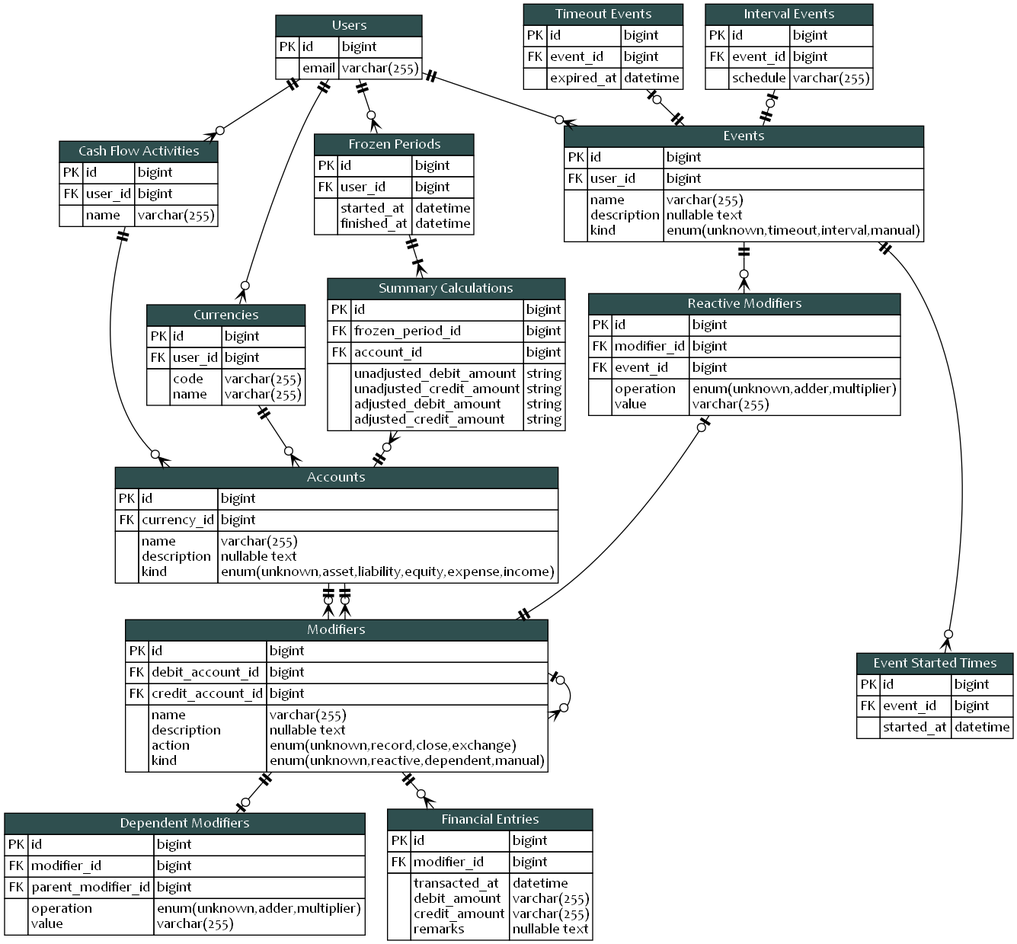
The Graphviz diagram blueprint/erd.png in KennethTrecy/peratorakka_server, before a commit. Its source is kept beside it as blueprint/erd.dot.
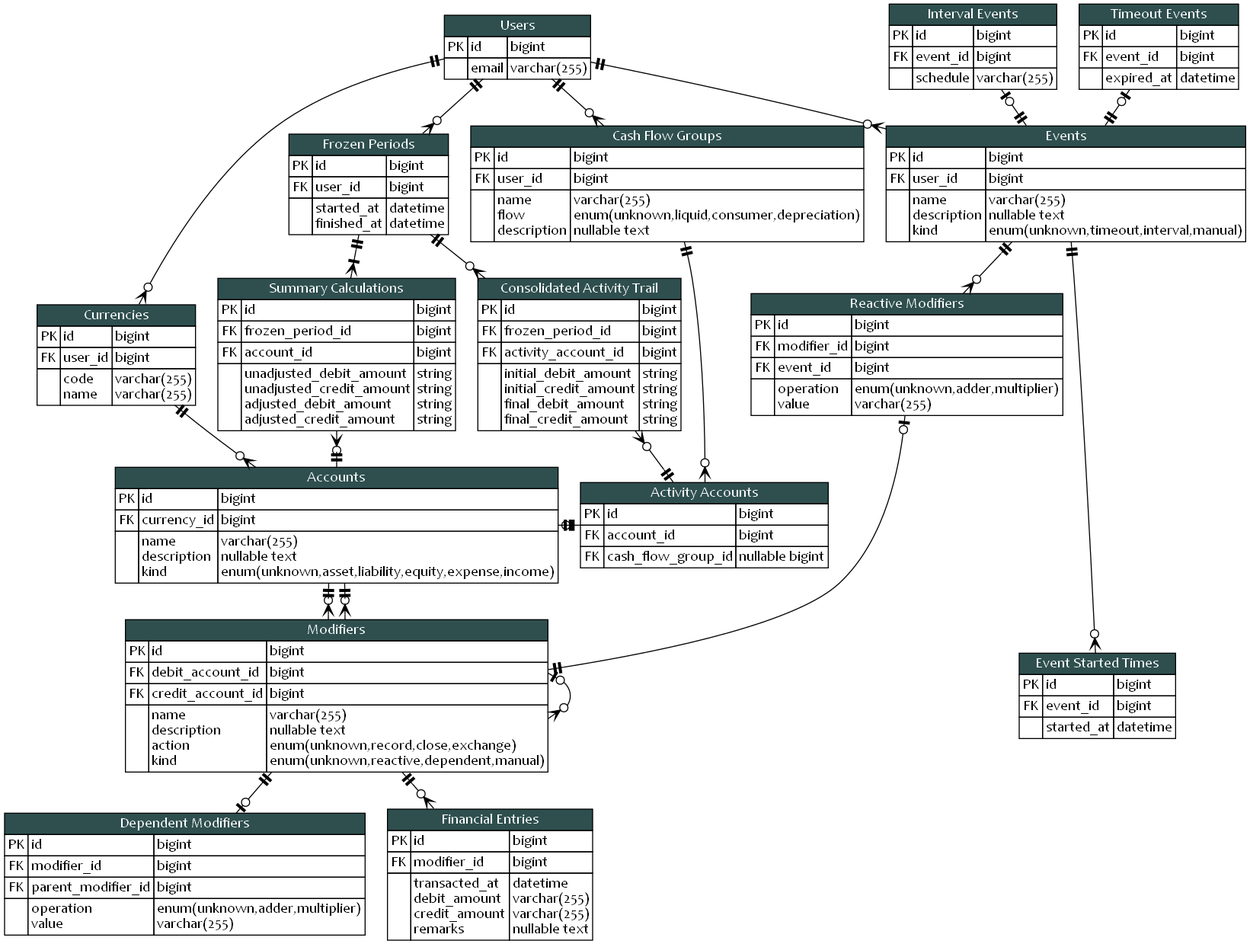
After the change.

Commit message:
docs(blueprint): add cash flow groups

The edit, as a diff of the source:
```diff
@@ -67,13 +67,13 @@
 			</table>
 			>
 		]
-		cash_flow_activities [
+		cash_flow_groups [
 			label = <
 			<table cellspacing="0" border="0" cellborder="1">
 				<tr>
 					<td colspan="3" bgcolor="darkslategray">
 						<font color="white">
-							Cash Flow Activities
+							Cash Flow Groups
 						</font>
 					</td>
 				</tr>
@@ -91,9 +91,13 @@
 					<td></td>
 					<td align="left">
 						name<br align="left"/>
+						flow<br align="left"/>
+						description<br align="left"/>
 					</td>
 					<td align="left">
 						varchar(255)<br align="left"/>
+						enum(unknown,liquid,consumer,depreciation)<br align="left"/>
+						nullable text<br align="left"/>
 					</td>
 				</tr>
 			</table>
@@ -131,6 +135,34 @@
 						nullable text<br align="left"/>
 						enum(unknown,asset,liability,equity,expense,income)<br align="left"/>
 					</td>
+				</tr>
+			</table>
+			>
+		]
+		activity_accounts [
+			label = <
+			<table cellspacing="0" border="0" cellborder="1">
+				<tr>
+					<td colspan="3" bgcolor="darkslategray">
+						<font color="white">
+							Activity Accounts
+						</font>
+					</td>
+				</tr>
+				<tr>
+					<td>PK</td>
+					<td align="left">id</td>
+					<td align="left">bigint</td>
+				</tr>
+				<tr>
+					<td>FK</td>
+					<td align="left">account_id</td>
+					<td align="left">bigint</td>
+				</tr>
+				<tr>
+					<td>FK</td>
+					<td align="left">cash_flow_group_id</td>
+					<td align="left">nullable bigint</td>
 				</tr>
 			</table>
 			>
@@ -503,6 +535,49 @@
 			</table>
 			>
 		]
+		consolidated_activity_trail [
+			label = <
+			<table cellspacing="0" border="0" cellborder="1">
+				<tr>
+					<td colspan="3" bgcolor="darkslategray">
+						<font color="white">
+							Consolidated Activity Trail
+						</font>
+					</td>
+				</tr>
+				<tr>
+					<td>PK</td>
+					<td align="left">id</td>
+					<td align="left">bigint</td>
+				</tr>
+				<tr>
+					<td>FK</td>
+					<td align="left">frozen_period_id</td>
+					<td align="left">bigint</td>
+				</tr>
+				<tr>
+					<td>FK</td>
+					<td align="left">activity_account_id</td>
+					<td align="left">bigint</td>
+				</tr>
+				<tr>
+					<td></td>
+					<td align="left">
+						initial_debit_amount<br align="left"/>
+						initial_credit_amount<br align="left"/>
+						final_debit_amount<br align="left"/>
+						final_credit_amount<br align="left"/>
+					</td>
+					<td align="left">
+						string<br align="left"/>
+						string<br align="left"/>
+						string<br align="left"/>
+						string<br align="left"/>
+					</td>
+				</tr>
+			</table>
+			>
+		]
 	}
 
 	edge [ dir = "both" ]
@@ -516,6 +591,7 @@
 		events -> interval_events
 		modifiers -> reactive_modifiers
 		modifiers -> dependent_modifiers
+		accounts -> activity_accounts
 	}
 
 	{
@@ -525,9 +601,9 @@
 		]
 
 		users -> currencies
-		users -> cash_flow_activities
+		users -> cash_flow_groups
 		currencies -> accounts
-		cash_flow_activities -> accounts
+		cash_flow_groups -> activity_accounts
 		users -> events
 		accounts -> modifiers
 		accounts -> modifiers
@@ -536,6 +612,8 @@
 		modifiers -> financial_entries
 		users -> frozen_periods
 		accounts -> summary_calculations
+		frozen_periods -> consolidated_activity_trail
+		activity_accounts -> consolidated_activity_trail
 	}
 
 	{
@@ -566,8 +644,8 @@
 	{
 		rank = same;
 		events
-		cash_flow_activities
 		frozen_periods
+		cash_flow_groups
 	}
 
 	{
@@ -575,11 +653,13 @@
 		currencies
 		reactive_modifiers
 		summary_calculations
+		consolidated_activity_trail
 	}
 
 	{
 		rank = same;
 		accounts
+		activity_accounts
 	}
 
 	{
```
